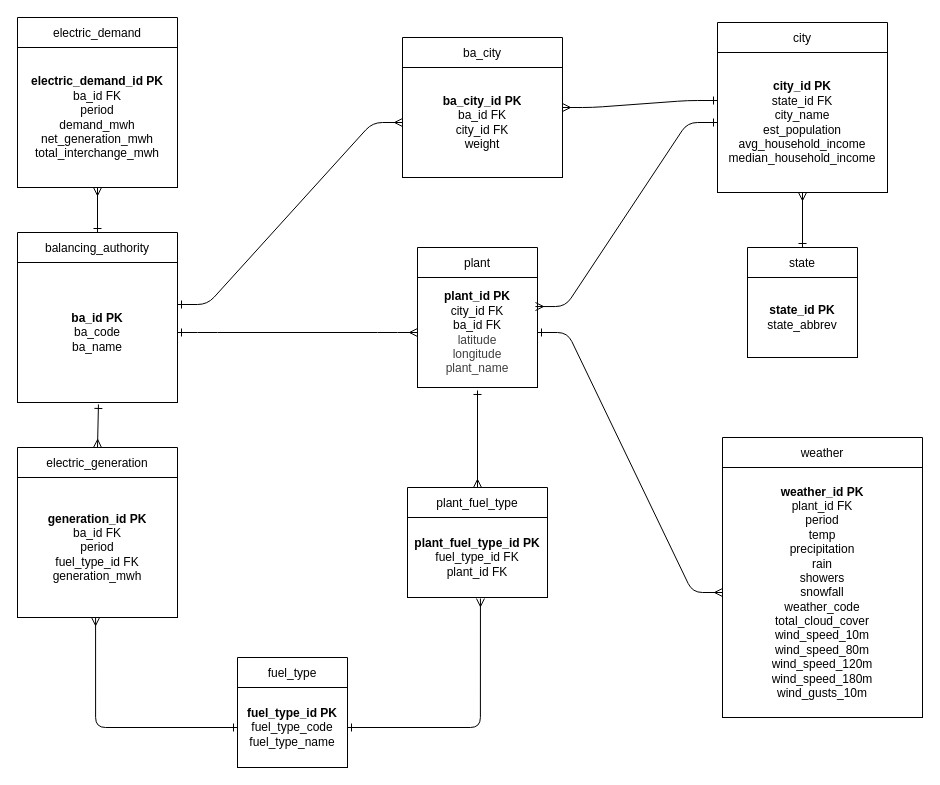
The draw.io diagram db/electricity_erd.drawio in JackRWilson/U.S.-Electric-Grid, before the edit. Source tidied: cells renumbered, new cells numbered last; positions are measured from the earlier drawing's top-left corner, leaving out a move shared by most shapes. Both pictures are drawn from the tidied source at 100%, with x=0, y=0 at pixel (17, 17).
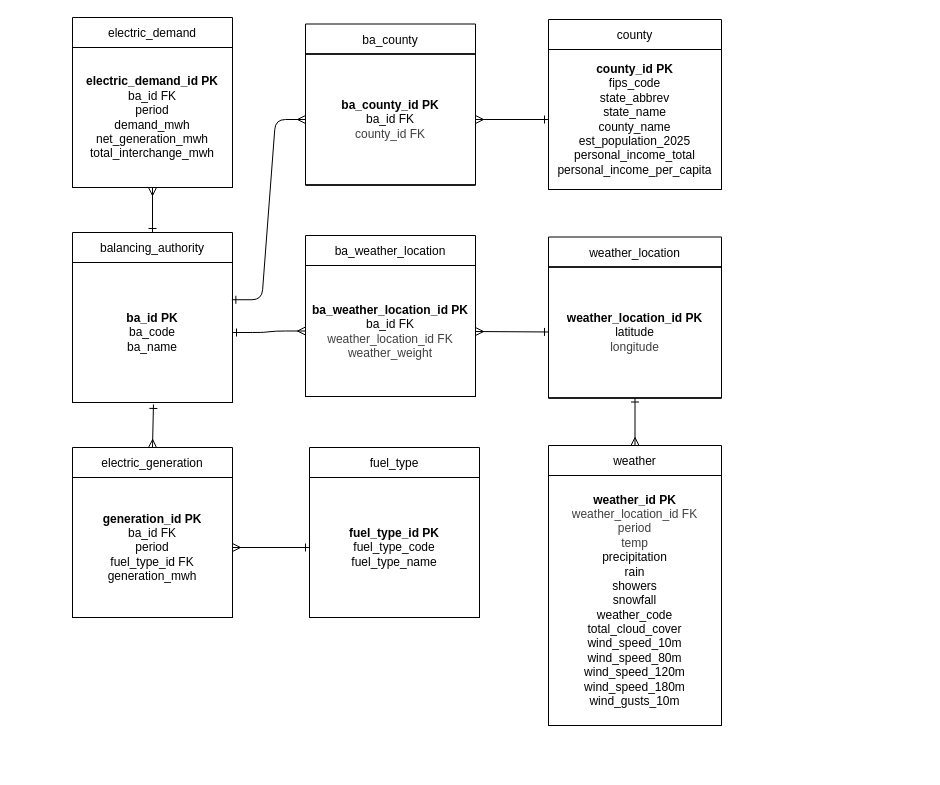
Above is the later version.

Commit message (it also covers changes not shown here):
Update ERD and schema

The change refers to these unchanged cells:
```xml
<mxCell id="18" style="shape=tableRow;horizontal=0;startSize=0;swimlaneHead=0;swimlaneBody=0;strokeColor=inherit;fillColor=none;points=[[0,0.5],[1,0.5]];portConstraint=eastwest;fixedHeader=1;" parent="17" vertex="1">
  <mxGeometry y="30" width="160" height="140" as="geometry" />
</mxCell>
<mxCell id="21" style="shape=tableRow;horizontal=0;startSize=0;swimlaneHead=0;swimlaneBody=0;strokeColor=inherit;fillColor=none;points=[[0,0.5],[1,0.5]];portConstraint=eastwest;fixedHeader=1;" parent="20" vertex="1">
  <mxGeometry y="30" width="160" height="140" as="geometry" />
</mxCell>
```

Diff of the diagram source:
```diff
@@
-    <mxCell id="2" value="city" style="shape=table;startSize=30;childLayout=tableLayout;fixedHeader=1;tableRender=collapsed;" parent="1" vertex="1">
-      <mxGeometry x="700" y="5" width="170" height="170" as="geometry" />
+    <mxCell id="2" value="county" style="shape=table;startSize=30;childLayout=tableLayout;fixedHeader=1;tableRender=collapsed;" parent="1" vertex="1">
+      <mxGeometry x="531" y="2" width="173" height="170" as="geometry" />
     </mxCell>
     <mxCell id="3" style="shape=tableRow;horizontal=0;startSize=0;swimlaneHead=0;swimlaneBody=0;strokeColor=inherit;fillColor=none;points=[[0,0.5],[1,0.5]];portConstraint=eastwest;fixedHeader=1;" parent="2" vertex="1">
-      <mxGeometry y="30" width="170" height="140" as="geometry" />
+      <mxGeometry y="30" width="173" height="140" as="geometry" />
     </mxCell>
-    <mxCell id="4" value="&lt;div&gt;&lt;b&gt;city_id PK&lt;/b&gt;&lt;/div&gt;&lt;div&gt;state_id FK&lt;/div&gt;&lt;div&gt;city_name&lt;/div&gt;&lt;div&gt;est_population&lt;/div&gt;&lt;div&gt;avg_household_income&lt;/div&gt;&lt;div&gt;median_household_income&lt;/div&gt;" style="shape=partialRectangle;html=1;whiteSpace=wrap;strokeColor=inherit;overflow=hidden;fillColor=none;" parent="3" vertex="1">
-      <mxGeometry width="170" height="140" as="geometry" />
+    <mxCell id="4" value="&lt;div&gt;&lt;b&gt;county_id PK&lt;/b&gt;&lt;/div&gt;&lt;div&gt;fips_code&lt;/div&gt;&lt;div&gt;state_abbrev&lt;/div&gt;&lt;div&gt;state_name&lt;/div&gt;&lt;div&gt;county_name&lt;/div&gt;&lt;div&gt;est_population_2025&lt;/div&gt;&lt;div&gt;personal_income_total&lt;/div&gt;&lt;div&gt;personal_income_per_capita&lt;/div&gt;" style="shape=partialRectangle;html=1;whiteSpace=wrap;strokeColor=inherit;overflow=hidden;fillColor=none;" parent="3" vertex="1">
+      <mxGeometry width="173" height="140" as="geometry" />
     </mxCell>
-    <mxCell id="5" value="state" style="shape=table;startSize=30;childLayout=tableLayout;fixedHeader=1;tableRender=collapsed;" parent="1" vertex="1">
-      <mxGeometry x="730" y="230" width="110" height="110" as="geometry" />
-    </mxCell>
-    <mxCell id="6" style="shape=tableRow;horizontal=0;startSize=0;swimlaneHead=0;swimlaneBody=0;strokeColor=inherit;fillColor=none;fixedHeader=1;" parent="5" vertex="1">
-      <mxGeometry y="30" width="110" height="80" as="geometry" />
-    </mxCell>
-    <mxCell id="7" value="&lt;b&gt;state_id PK&lt;/b&gt;&lt;div&gt;state_abbrev&lt;/div&gt;" style="shape=partialRectangle;html=1;whiteSpace=wrap;strokeColor=inherit;overflow=hidden;fillColor=none;" parent="6" vertex="1">
-      <mxGeometry width="110" height="80" as="geometry" />
-    </mxCell>
-    <mxCell id="8" value="plant" style="shape=table;startSize=30;childLayout=tableLayout;fixedHeader=1;tableRender=collapsed;" parent="1" vertex="1">
-      <mxGeometry x="400" y="230" width="120" height="140" as="geometry" />
-    </mxCell>
-    <mxCell id="9" style="shape=tableRow;horizontal=0;startSize=0;swimlaneHead=0;swimlaneBody=0;strokeColor=inherit;fillColor=none;points=[[0,0.5],[1,0.5]];portConstraint=eastwest;fixedHeader=1;" parent="8" vertex="1">
-      <mxGeometry y="30" width="120" height="110" as="geometry" />
-    </mxCell>
-    <mxCell id="10" value="&lt;b&gt;plant_id PK&lt;/b&gt;&lt;div&gt;city_id FK&lt;/div&gt;&lt;div&gt;ba_id FK&lt;/div&gt;&lt;div&gt;&lt;div style=&quot;color: rgb(63, 63, 63); scrollbar-color: rgba(168, 169, 170, 0.52) rgb(18, 19, 20);&quot;&gt;latitude&lt;/div&gt;&lt;div style=&quot;color: rgb(63, 63, 63); scrollbar-color: rgba(168, 169, 170, 0.52) rgb(18, 19, 20);&quot;&gt;longitude&lt;/div&gt;&lt;/div&gt;&lt;div style=&quot;color: rgb(63, 63, 63); scrollbar-color: rgba(168, 169, 170, 0.52) rgb(18, 19, 20);&quot;&gt;plant_name&lt;/div&gt;" style="shape=partialRectangle;html=1;whiteSpace=wrap;strokeColor=inherit;overflow=hidden;fillColor=none;" parent="9" vertex="1">
-      <mxGeometry width="120" height="110" as="geometry" />
-    </mxCell>
     <mxCell id="11" value="weather" style="shape=table;startSize=30;childLayout=tableLayout;fixedHeader=1;tableRender=collapsed;" parent="1" vertex="1">
-      <mxGeometry x="705" y="420" width="200" height="280" as="geometry" />
+      <mxGeometry x="531" y="428" width="173" height="280" as="geometry" />
     </mxCell>
     <mxCell id="12" style="shape=tableRow;horizontal=0;startSize=0;swimlaneHead=0;swimlaneBody=0;strokeColor=inherit;fillColor=none;points=[[0,0.5],[1,0.5]];portConstraint=eastwest;fixedHeader=1;" parent="11" vertex="1">
-      <mxGeometry y="30" width="200" height="250" as="geometry" />
+      <mxGeometry y="30" width="173" height="250" as="geometry" />
     </mxCell>
-    <mxCell id="13" value="&lt;div&gt;&lt;b&gt;weather_id PK&lt;/b&gt;&lt;/div&gt;&lt;div&gt;plant_id FK&lt;/div&gt;period&lt;br&gt;&lt;div&gt;temp&lt;/div&gt;&lt;div&gt;precipitation&lt;/div&gt;&lt;div&gt;rain&lt;/div&gt;&lt;div&gt;showers&lt;/div&gt;&lt;div&gt;snowfall&lt;/div&gt;&lt;div&gt;weather_code&lt;/div&gt;&lt;div&gt;total_cloud_cover&lt;/div&gt;&lt;div&gt;wind_speed_10m&lt;/div&gt;&lt;div&gt;wind_speed_80m&lt;/div&gt;&lt;div&gt;wind_speed_120m&lt;/div&gt;&lt;div&gt;wind_speed_180m&lt;/div&gt;&lt;div&gt;wind_gusts_10m&lt;/div&gt;" style="shape=partialRectangle;html=1;whiteSpace=wrap;strokeColor=inherit;overflow=hidden;fillColor=none;" parent="12" vertex="1">
-      <mxGeometry width="200" height="250" as="geometry" />
+    <mxCell id="13" value="&lt;div&gt;&lt;b&gt;weather_id PK&lt;/b&gt;&lt;/div&gt;&lt;div&gt;&lt;span style=&quot;background-color: transparent; color: rgb(63, 63, 63);&quot;&gt;weather_location_id FK&lt;/span&gt;&lt;/div&gt;&lt;div&gt;&lt;span style=&quot;background-color: transparent; color: rgb(63, 63, 63);&quot;&gt;period&lt;/span&gt;&lt;/div&gt;&lt;div&gt;&lt;span style=&quot;background-color: transparent; color: rgb(63, 63, 63);&quot;&gt;temp&lt;/span&gt;&lt;/div&gt;&lt;div&gt;precipitation&lt;/div&gt;&lt;div&gt;rain&lt;/div&gt;&lt;div&gt;showers&lt;/div&gt;&lt;div&gt;snowfall&lt;/div&gt;&lt;div&gt;weather_code&lt;/div&gt;&lt;div&gt;total_cloud_cover&lt;/div&gt;&lt;div&gt;wind_speed_10m&lt;/div&gt;&lt;div&gt;wind_speed_80m&lt;/div&gt;&lt;div&gt;wind_speed_120m&lt;/div&gt;&lt;div&gt;wind_speed_180m&lt;/div&gt;&lt;div&gt;wind_gusts_10m&lt;/div&gt;" style="shape=partialRectangle;html=1;whiteSpace=wrap;strokeColor=inherit;overflow=hidden;fillColor=none;" parent="12" vertex="1">
+      <mxGeometry width="173" height="250" as="geometry" />
     </mxCell>
     <mxCell id="14" value="electric_demand" style="shape=table;startSize=30;childLayout=tableLayout;fixedHeader=1;tableRender=collapsed;" parent="1" vertex="1">
-      <mxGeometry width="160" height="170" as="geometry" />
+      <mxGeometry x="55" width="160" height="170" as="geometry" />
     </mxCell>
@@
     <mxCell id="17" value="electric_generation" style="shape=table;startSize=30;childLayout=tableLayout;fixedHeader=1;tableRender=collapsed;" parent="1" vertex="1">
-      <mxGeometry y="430" width="160" height="170" as="geometry" />
+      <mxGeometry x="55" y="430" width="160" height="170" as="geometry" />
     </mxCell>
@@
     <mxCell id="20" value="balancing_authority" style="shape=table;startSize=30;childLayout=tableLayout;fixedHeader=1;tableRender=collapsed;" parent="1" vertex="1">
-      <mxGeometry y="215" width="160" height="170" as="geometry" />
+      <mxGeometry x="55" y="215" width="160" height="170" as="geometry" />
     </mxCell>
@@
-    <mxCell id="23" style="edgeStyle=orthogonalEdgeStyle;html=1;entryX=0.488;entryY=1;entryDx=0;entryDy=0;entryPerimeter=0;exitX=0;exitY=0.5;exitDx=0;exitDy=0;startArrow=ERone;startFill=0;endArrow=ERmany;endFill=0;" parent="1" edge="1" source="25" target="18">
+    <mxCell id="23" style="edgeStyle=orthogonalEdgeStyle;html=1;exitX=0;exitY=0.5;exitDx=0;exitDy=0;startArrow=ERone;startFill=0;endArrow=ERmany;endFill=0;" parent="1" edge="1" source="25" target="18">
       <mxGeometry relative="1" as="geometry" />
     </mxCell>
     <mxCell id="24" value="fuel_type" style="shape=table;startSize=30;childLayout=tableLayout;fixedHeader=1;tableRender=collapsed;" parent="1" vertex="1">
-      <mxGeometry x="220" y="640" width="110" height="110" as="geometry" />
+      <mxGeometry x="292" y="430" width="170" height="170" as="geometry" />
     </mxCell>
     <mxCell id="25" style="shape=tableRow;horizontal=0;startSize=0;swimlaneHead=0;swimlaneBody=0;strokeColor=inherit;fillColor=none;points=[[0,0.5],[1,0.5]];portConstraint=eastwest;fixedHeader=1;" parent="24" vertex="1">
-      <mxGeometry y="30" width="110" height="80" as="geometry" />
+      <mxGeometry y="30" width="170" height="140" as="geometry" />
     </mxCell>
     <mxCell id="26" value="&lt;b&gt;fuel_type_id PK&lt;/b&gt;&lt;div&gt;fuel_type_code&lt;/div&gt;&lt;div&gt;fuel_type_name&lt;/div&gt;" style="shape=partialRectangle;html=1;whiteSpace=wrap;strokeColor=inherit;overflow=hidden;fillColor=none;" parent="25" vertex="1">
-      <mxGeometry width="110" height="80" as="geometry" />
+      <mxGeometry width="170" height="140" as="geometry" />
     </mxCell>
-    <mxCell id="27" value="plant_fuel_type" style="shape=table;startSize=30;childLayout=tableLayout;fixedHeader=1;tableRender=collapsed;" parent="1" vertex="1">
-      <mxGeometry x="390" y="470" width="140" height="110" as="geometry" />
-    </mxCell>
-    <mxCell id="28" style="shape=tableRow;horizontal=0;startSize=0;swimlaneHead=0;swimlaneBody=0;strokeColor=inherit;fillColor=none;points=[[0,0.5],[1,0.5]];portConstraint=eastwest;fixedHeader=1;" parent="27" vertex="1">
-      <mxGeometry y="30" width="140" height="80" as="geometry" />
-    </mxCell>
-    <mxCell id="29" value="&lt;div&gt;&lt;b&gt;plant_fuel_type_id PK&lt;/b&gt;&lt;/div&gt;fuel_type_id FK&lt;div&gt;plant_id FK&lt;/div&gt;" style="shape=partialRectangle;html=1;whiteSpace=wrap;strokeColor=inherit;overflow=hidden;fillColor=none;" parent="28" vertex="1">
-      <mxGeometry width="140" height="80" as="geometry" />
-    </mxCell>
-    <mxCell id="30" style="edgeStyle=entityRelationEdgeStyle;html=1;entryX=0;entryY=0.343;entryDx=0;entryDy=0;entryPerimeter=0;startArrow=ERmany;startFill=0;endArrow=ERone;endFill=0;" parent="1" edge="1" source="31" target="3">
-      <mxGeometry relative="1" as="geometry" />
-    </mxCell>
-    <mxCell id="31" value="ba_city" style="shape=table;startSize=30;childLayout=tableLayout;fixedHeader=1;tableRender=collapsed;" parent="1" vertex="1">
-      <mxGeometry x="385" y="20" width="160" height="140" as="geometry" />
-    </mxCell>
-    <mxCell id="32" style="shape=tableRow;horizontal=0;startSize=0;swimlaneHead=0;swimlaneBody=0;strokeColor=inherit;fillColor=none;points=[[0,0.5],[1,0.5]];portConstraint=eastwest;fixedHeader=1;" parent="31" vertex="1">
-      <mxGeometry y="30" width="160" height="110" as="geometry" />
-    </mxCell>
-    <mxCell id="33" value="&lt;div&gt;&lt;b&gt;ba_city_id PK&lt;/b&gt;&lt;/div&gt;ba_id FK&lt;div&gt;city_id FK&lt;/div&gt;&lt;div&gt;weight&lt;/div&gt;" style="shape=partialRectangle;html=1;whiteSpace=wrap;strokeColor=inherit;overflow=hidden;fillColor=none;" parent="32" vertex="1">
-      <mxGeometry width="160" height="110" as="geometry" />
-    </mxCell>
@@
-    <mxCell id="36" style="edgeStyle=entityRelationEdgeStyle;html=1;entryX=1;entryY=0.3;entryDx=0;entryDy=0;entryPerimeter=0;startArrow=ERmany;startFill=0;endArrow=ERone;endFill=0;" parent="1" edge="1" source="32" target="21">
-      <mxGeometry relative="1" as="geometry" />
-    </mxCell>
-    <mxCell id="37" style="html=1;entryX=0.5;entryY=0;entryDx=0;entryDy=0;startArrow=ERmany;startFill=0;endArrow=ERone;endFill=0;" parent="1" edge="1" source="3" target="5">
-      <mxGeometry x="-0.05" relative="1" as="geometry" />
-    </mxCell>
-    <mxCell id="38" style="edgeStyle=orthogonalEdgeStyle;html=1;entryX=0.521;entryY=1.013;entryDx=0;entryDy=0;entryPerimeter=0;endArrow=ERmany;endFill=0;startArrow=ERone;startFill=0;" parent="1" edge="1" source="25" target="28">
-      <mxGeometry relative="1" as="geometry" />
-    </mxCell>
-    <mxCell id="39" style="html=1;exitX=0.5;exitY=1.027;exitDx=0;exitDy=0;exitPerimeter=0;entryX=0.5;entryY=0;entryDx=0;entryDy=0;endArrow=ERmany;endFill=0;startArrow=ERone;startFill=0;" parent="1" edge="1" source="9" target="27">
-      <mxGeometry x="0.01" relative="1" as="geometry" />
-    </mxCell>
-    <mxCell id="40" style="edgeStyle=entityRelationEdgeStyle;html=1;startArrow=ERone;startFill=0;endArrow=ERmany;endFill=0;" parent="1" edge="1" source="9" target="12">
-      <mxGeometry relative="1" as="geometry" />
-    </mxCell>
-    <mxCell id="41" style="edgeStyle=entityRelationEdgeStyle;html=1;endArrow=ERone;endFill=0;startArrow=ERmany;startFill=0;" parent="1" edge="1" source="9" target="21">
+    <mxCell id="41" style="edgeStyle=entityRelationEdgeStyle;html=1;endArrow=ERone;endFill=0;startArrow=ERmany;startFill=0;" parent="1" edge="1" source="44" target="21">
       <mxGeometry relative="1" as="geometry" />
     </mxCell>
-    <mxCell id="42" style="edgeStyle=entityRelationEdgeStyle;html=1;entryX=0.983;entryY=0.264;entryDx=0;entryDy=0;entryPerimeter=0;endArrow=ERmany;endFill=0;startArrow=ERone;startFill=0;" parent="1" edge="1" source="3" target="9">
-      <mxGeometry relative="1" as="geometry" />
-    </mxCell>
+    <mxCell id="43" value="ba_weather_location" style="shape=table;startSize=30;childLayout=tableLayout;fixedHeader=1;tableRender=collapsed;" parent="1" vertex="1">
+      <mxGeometry x="288" y="218" width="170" height="161" as="geometry" />
+    </mxCell>
+    <mxCell id="44" style="shape=tableRow;horizontal=0;startSize=0;swimlaneHead=0;swimlaneBody=0;strokeColor=inherit;fillColor=none;points=[[0,0.5],[1,0.5]];portConstraint=eastwest;fixedHeader=1;" parent="43" vertex="1">
+      <mxGeometry y="30" width="170" height="131" as="geometry" />
+    </mxCell>
+    <mxCell id="45" value="&lt;b&gt;ba_weather_location_id PK&lt;/b&gt;&lt;br&gt;&lt;div&gt;ba_id FK&lt;/div&gt;&lt;div&gt;&lt;div style=&quot;color: rgb(63, 63, 63); scrollbar-color: rgba(168, 169, 170, 0.52) rgb(18, 19, 20);&quot;&gt;weather_location_id FK&lt;/div&gt;&lt;/div&gt;&lt;div style=&quot;color: rgb(63, 63, 63); scrollbar-color: rgba(168, 169, 170, 0.52) rgb(18, 19, 20);&quot;&gt;weather_weight&lt;/div&gt;" style="shape=partialRectangle;html=1;whiteSpace=wrap;strokeColor=inherit;overflow=hidden;fillColor=none;" parent="44" vertex="1">
+      <mxGeometry width="170" height="131" as="geometry" />
+    </mxCell>
+    <mxCell id="46" style="html=1;endArrow=ERmany;endFill=0;startArrow=ERone;startFill=0;" parent="1" edge="1" source="48" target="44">
+      <mxGeometry relative="1" as="geometry" />
+    </mxCell>
+    <mxCell id="47" value="weather_location" style="shape=table;startSize=30;childLayout=tableLayout;fixedHeader=1;tableRender=collapsed;" parent="1" vertex="1">
+      <mxGeometry x="531" y="219.5" width="173" height="161" as="geometry" />
+    </mxCell>
+    <mxCell id="48" style="shape=tableRow;horizontal=0;startSize=0;swimlaneHead=0;swimlaneBody=0;strokeColor=inherit;fillColor=none;points=[[0,0.5],[1,0.5]];portConstraint=eastwest;fixedHeader=1;" parent="47" vertex="1">
+      <mxGeometry y="30" width="173" height="131" as="geometry" />
+    </mxCell>
+    <mxCell id="49" value="&lt;b&gt;weather_location_id PK&lt;/b&gt;&lt;br&gt;&lt;div&gt;&lt;span style=&quot;background-color: transparent;&quot;&gt;latitude&lt;/span&gt;&lt;/div&gt;&lt;div&gt;&lt;div style=&quot;color: rgb(63, 63, 63); scrollbar-color: rgba(168, 169, 170, 0.52) rgb(18, 19, 20);&quot;&gt;longitude&lt;/div&gt;&lt;/div&gt;" style="shape=partialRectangle;html=1;whiteSpace=wrap;strokeColor=inherit;overflow=hidden;fillColor=none;" parent="48" vertex="1">
+      <mxGeometry width="173" height="131" as="geometry" />
+    </mxCell>
+    <mxCell id="50" style="html=1;entryX=0.5;entryY=0;entryDx=0;entryDy=0;endArrow=ERmany;endFill=0;startArrow=ERone;startFill=0;" parent="1" edge="1" source="48" target="11">
+      <mxGeometry relative="1" as="geometry" />
+    </mxCell>
+    <mxCell id="51" value="ba_county" style="shape=table;startSize=30;childLayout=tableLayout;fixedHeader=1;tableRender=collapsed;" parent="1" vertex="1">
+      <mxGeometry x="288" y="6.5" width="170" height="161" as="geometry" />
+    </mxCell>
+    <mxCell id="52" style="shape=tableRow;horizontal=0;startSize=0;swimlaneHead=0;swimlaneBody=0;strokeColor=inherit;fillColor=none;points=[[0,0.5],[1,0.5]];portConstraint=eastwest;fixedHeader=1;" parent="51" vertex="1">
+      <mxGeometry y="30" width="170" height="131" as="geometry" />
+    </mxCell>
+    <mxCell id="53" value="&lt;b&gt;ba_county_id PK&lt;/b&gt;&lt;br&gt;&lt;div&gt;ba_id FK&lt;/div&gt;&lt;div&gt;&lt;div style=&quot;color: rgb(63, 63, 63); scrollbar-color: rgba(168, 169, 170, 0.52) rgb(18, 19, 20);&quot;&gt;county_id FK&lt;/div&gt;&lt;/div&gt;" style="shape=partialRectangle;html=1;whiteSpace=wrap;strokeColor=inherit;overflow=hidden;fillColor=none;" parent="52" vertex="1">
+      <mxGeometry width="170" height="131" as="geometry" />
+    </mxCell>
+    <mxCell id="54" style="edgeStyle=entityRelationEdgeStyle;html=1;entryX=0.996;entryY=0.266;entryDx=0;entryDy=0;entryPerimeter=0;endArrow=ERone;endFill=0;startArrow=ERmany;startFill=0;" parent="1" edge="1" source="52" target="21">
+      <mxGeometry relative="1" as="geometry" />
+    </mxCell>
+    <mxCell id="55" style="html=1;startArrow=ERmany;startFill=0;endArrow=ERone;endFill=0;" parent="1" edge="1" source="52" target="3">
+      <mxGeometry x="0.01" relative="1" as="geometry" />
+    </mxCell>
```
